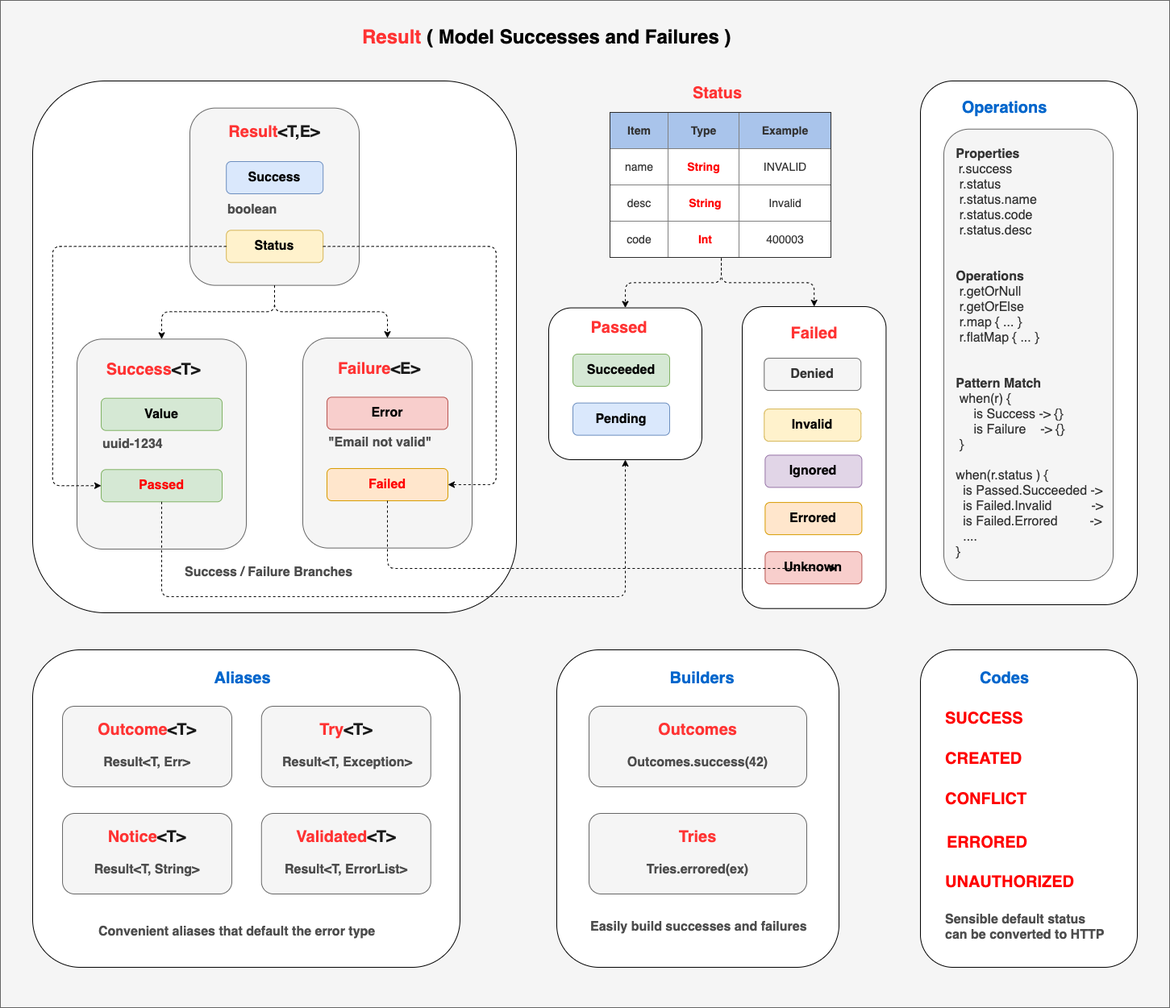
Before: doc/diagrams/slatekit-result.png, a diagram exported from draw.io (slatekit/kiit). Source tidied: cells renumbered, new cells last; positions are measured from the earlier drawing's top-left corner, leaving out a move shared by most shapes.
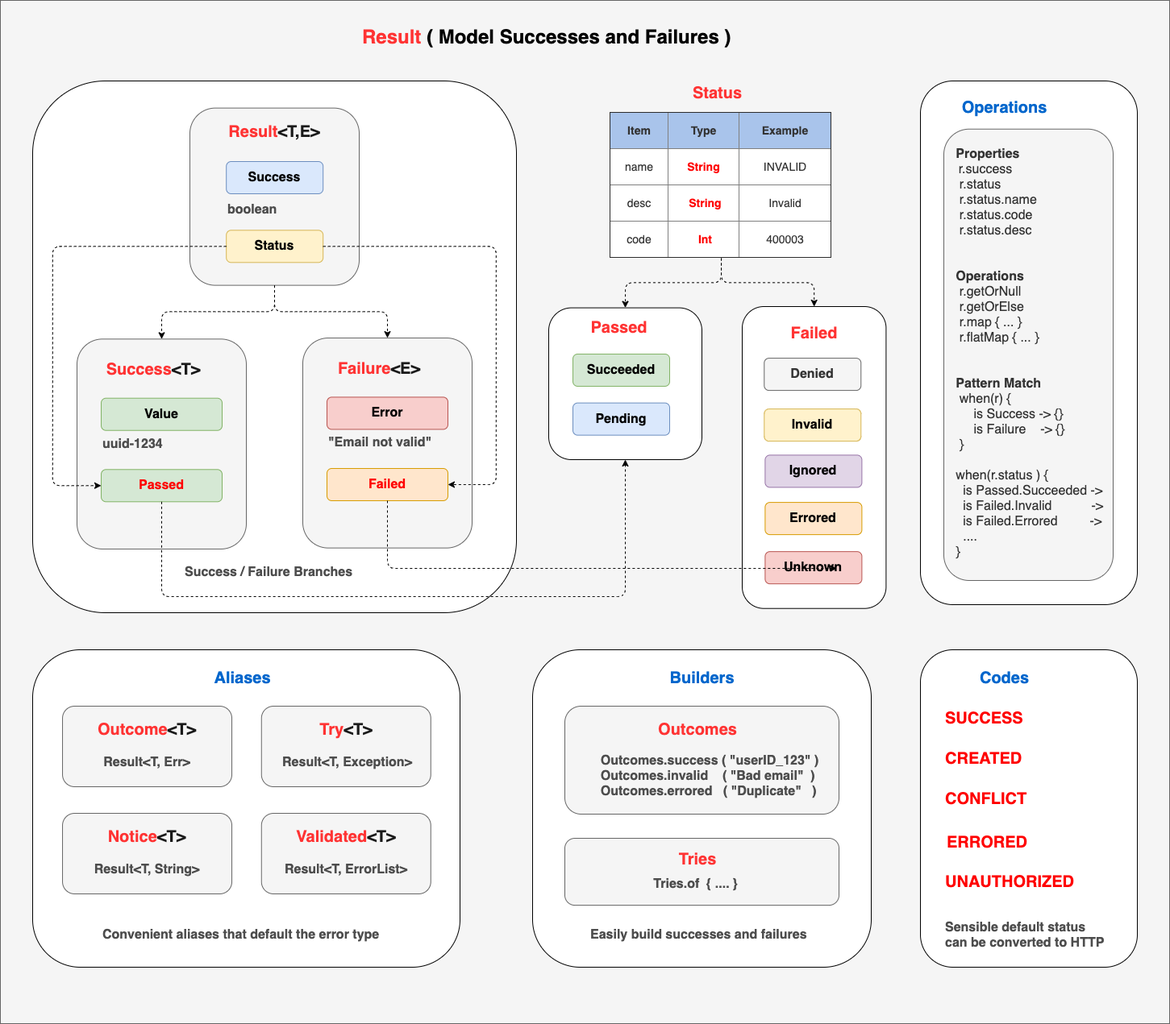
The same file after the commit.

Change to the diagram source:
```diff
@@ -3,7 +3,7 @@
     <mxCell id="0" />
     <mxCell id="1" parent="0" />
     <mxCell id="2" style="rounded=0;whiteSpace=wrap;html=1;fillColor=#f5f5f5;strokeColor=#666666;fontColor=#333333;" parent="1" vertex="1">
-      <mxGeometry width="1450" height="1250" as="geometry" />
+      <mxGeometry width="1450" height="1270" as="geometry" />
     </mxCell>
     <mxCell id="3" style="rounded=1;whiteSpace=wrap;html=1;glass=0;align=left;" parent="1" vertex="1">
       <mxGeometry x="40" y="806" width="530" height="394" as="geometry" />
@@ -182,25 +182,25 @@
       </mxGeometry>
     </mxCell>
     <mxCell id="55" style="rounded=1;whiteSpace=wrap;html=1;glass=0;align=left;" parent="1" vertex="1">
-      <mxGeometry x="690" y="806" width="350" height="394" as="geometry" />
+      <mxGeometry x="660" y="806" width="420" height="394" as="geometry" />
     </mxCell>
     <mxCell id="56" style="rounded=1;whiteSpace=wrap;html=1;glass=0;strokeWidth=1;fontSize=14;align=left;fillColor=#f5f5f5;strokeColor=#666666;fontColor=#333333;" parent="1" vertex="1">
-      <mxGeometry x="730" y="876" width="270" height="100" as="geometry" />
+      <mxGeometry x="700" y="876" width="340" height="134" as="geometry" />
     </mxCell>
     <mxCell id="57" value="&lt;div&gt;&lt;b&gt;&lt;span style=&quot;font-size: 20px&quot;&gt;&lt;font color=&quot;#ff3333&quot;&gt;Outcomes&lt;/font&gt;&lt;/span&gt;&lt;/b&gt;&lt;/div&gt;" style="text;html=1;strokeColor=none;fillColor=none;align=center;verticalAlign=middle;whiteSpace=wrap;rounded=0;" parent="1" vertex="1">
       <mxGeometry x="800" y="890.1" width="130" height="30" as="geometry" />
     </mxCell>
-    <mxCell id="58" value="&lt;span style=&quot;font-size: 16px&quot;&gt;&lt;b&gt;Outcomes.success(42)&lt;/b&gt;&lt;/span&gt;" style="text;html=1;strokeColor=none;fillColor=none;align=center;verticalAlign=middle;whiteSpace=wrap;rounded=0;fontColor=#4D4D4D;" parent="1" vertex="1">
-      <mxGeometry x="750" y="936" width="230" height="20" as="geometry" />
+    <mxCell id="58" value="&lt;div style=&quot;text-align: left&quot;&gt;&lt;b style=&quot;font-size: 16px&quot;&gt;Outcomes.success ( &quot;userID_123&quot; )&lt;/b&gt;&lt;/div&gt;&lt;span style=&quot;font-size: 16px&quot;&gt;&lt;div style=&quot;text-align: left&quot;&gt;&lt;b&gt;Outcomes.invalid&amp;nbsp; &amp;nbsp; ( &quot;Bad email&quot;&amp;nbsp; )&lt;/b&gt;&lt;/div&gt;&lt;div style=&quot;text-align: left&quot;&gt;&lt;b&gt;Outcomes.errored&amp;nbsp; &amp;nbsp;( &quot;Duplicate&quot;&amp;nbsp; &amp;nbsp;)&lt;/b&gt;&lt;/div&gt;&lt;/span&gt;" style="text;html=1;strokeColor=none;fillColor=none;align=center;verticalAlign=middle;whiteSpace=wrap;rounded=0;fontColor=#4D4D4D;" parent="1" vertex="1">
+      <mxGeometry x="740" y="926" width="280" height="74" as="geometry" />
     </mxCell>
     <mxCell id="59" style="rounded=1;whiteSpace=wrap;html=1;glass=0;strokeWidth=1;fontSize=14;align=left;fillColor=#f5f5f5;strokeColor=#666666;fontColor=#333333;" parent="1" vertex="1">
-      <mxGeometry x="730" y="1009" width="270" height="100" as="geometry" />
+      <mxGeometry x="700" y="1040" width="340" height="83.1" as="geometry" />
     </mxCell>
     <mxCell id="60" value="&lt;div&gt;&lt;b&gt;&lt;span style=&quot;font-size: 20px&quot;&gt;&lt;font color=&quot;#ff3333&quot;&gt;Tries&lt;/font&gt;&lt;/span&gt;&lt;/b&gt;&lt;/div&gt;" style="text;html=1;strokeColor=none;fillColor=none;align=center;verticalAlign=middle;whiteSpace=wrap;rounded=0;" parent="1" vertex="1">
-      <mxGeometry x="800" y="1023.1" width="130" height="30" as="geometry" />
+      <mxGeometry x="800" y="1051.5" width="130" height="30" as="geometry" />
     </mxCell>
-    <mxCell id="61" value="&lt;span style=&quot;font-size: 16px&quot;&gt;&lt;b&gt;Tries.errored(ex)&lt;/b&gt;&lt;/span&gt;" style="text;html=1;strokeColor=none;fillColor=none;align=center;verticalAlign=middle;whiteSpace=wrap;rounded=0;fontColor=#4D4D4D;" parent="1" vertex="1">
-      <mxGeometry x="750" y="1069" width="230" height="20" as="geometry" />
+    <mxCell id="61" value="&lt;span style=&quot;font-size: 16px&quot;&gt;&lt;b&gt;Tries.of&amp;nbsp; { .... }&amp;nbsp;&lt;/b&gt;&lt;/span&gt;" style="text;html=1;strokeColor=none;fillColor=none;align=center;verticalAlign=middle;whiteSpace=wrap;rounded=0;fontColor=#4D4D4D;" parent="1" vertex="1">
+      <mxGeometry x="750" y="1086.5" width="230" height="20" as="geometry" />
     </mxCell>
     <mxCell id="62" value="&lt;span style=&quot;font-size: 20px&quot;&gt;&lt;b&gt;&lt;font color=&quot;#0066cc&quot;&gt;Builders&lt;/font&gt;&lt;/b&gt;&lt;/span&gt;" style="text;html=1;strokeColor=none;fillColor=none;align=center;verticalAlign=middle;whiteSpace=wrap;rounded=0;" parent="1" vertex="1">
       <mxGeometry x="808.9" y="826" width="123.2" height="30" as="geometry" />
@@ -236,13 +236,13 @@
       <mxGeometry x="1170" y="159.7" width="210" height="560.3" as="geometry" />
     </mxCell>
     <mxCell id="73" value="&lt;font style=&quot;font-size: 16px&quot; color=&quot;#4d4d4d&quot;&gt;&lt;b&gt;Convenient aliases that default the error type&lt;/b&gt;&lt;/font&gt;" style="text;html=1;strokeColor=none;fillColor=none;align=left;verticalAlign=middle;whiteSpace=wrap;rounded=0;" parent="1" vertex="1">
-      <mxGeometry x="120" y="1146" width="350" height="20" as="geometry" />
+      <mxGeometry x="125" y="1150" width="350" height="20" as="geometry" />
     </mxCell>
     <mxCell id="74" value="&lt;font style=&quot;font-size: 16px&quot; color=&quot;#4d4d4d&quot;&gt;&lt;b&gt;Easily build successes and failures&lt;/b&gt;&lt;/font&gt;" style="text;html=1;strokeColor=none;fillColor=none;align=left;verticalAlign=middle;whiteSpace=wrap;rounded=0;" parent="1" vertex="1">
-      <mxGeometry x="730" y="1140" width="280" height="20" as="geometry" />
+      <mxGeometry x="730" y="1150" width="280" height="20" as="geometry" />
     </mxCell>
     <mxCell id="75" value="&lt;font color=&quot;#4d4d4d&quot;&gt;&lt;span style=&quot;font-size: 16px&quot;&gt;&lt;b&gt;Sensible default status can be converted to HTTP&lt;/b&gt;&lt;/span&gt;&lt;/font&gt;" style="text;html=1;strokeColor=none;fillColor=none;align=left;verticalAlign=middle;whiteSpace=wrap;rounded=0;" parent="1" vertex="1">
-      <mxGeometry x="1170" y="1140" width="200" height="20" as="geometry" />
+      <mxGeometry x="1170" y="1150" width="200" height="20" as="geometry" />
     </mxCell>
     <mxCell id="76" value="&lt;font style=&quot;font-size: 16px&quot; color=&quot;#4d4d4d&quot;&gt;&lt;b&gt;Success / Failure Branches&lt;/b&gt;&lt;/font&gt;" style="text;html=1;strokeColor=none;fillColor=none;align=left;verticalAlign=middle;whiteSpace=wrap;rounded=0;" parent="1" vertex="1">
       <mxGeometry x="227.1" y="700" width="226.2" height="20" as="geometry" />
```
